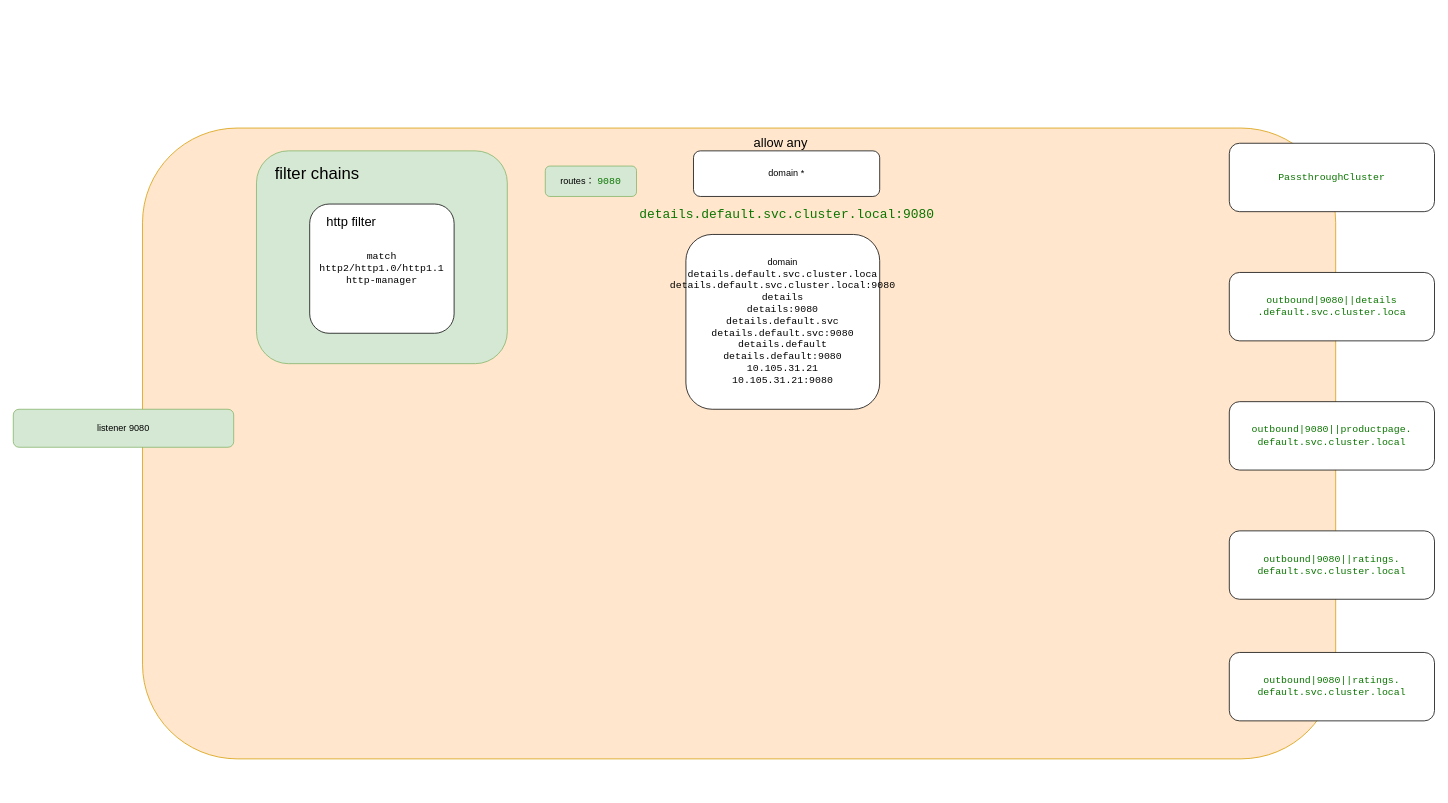
This is p.drawio from yueyangtian/draw, a draw.io file, before an edit. Source tidied: cells renumbered, new cells numbered last; positions are measured from the earlier drawing's top-left corner, leaving out a move shared by most shapes. Both pictures are drawn from the tidied source at 76%, with x=0, y=0 at pixel (13, 128).
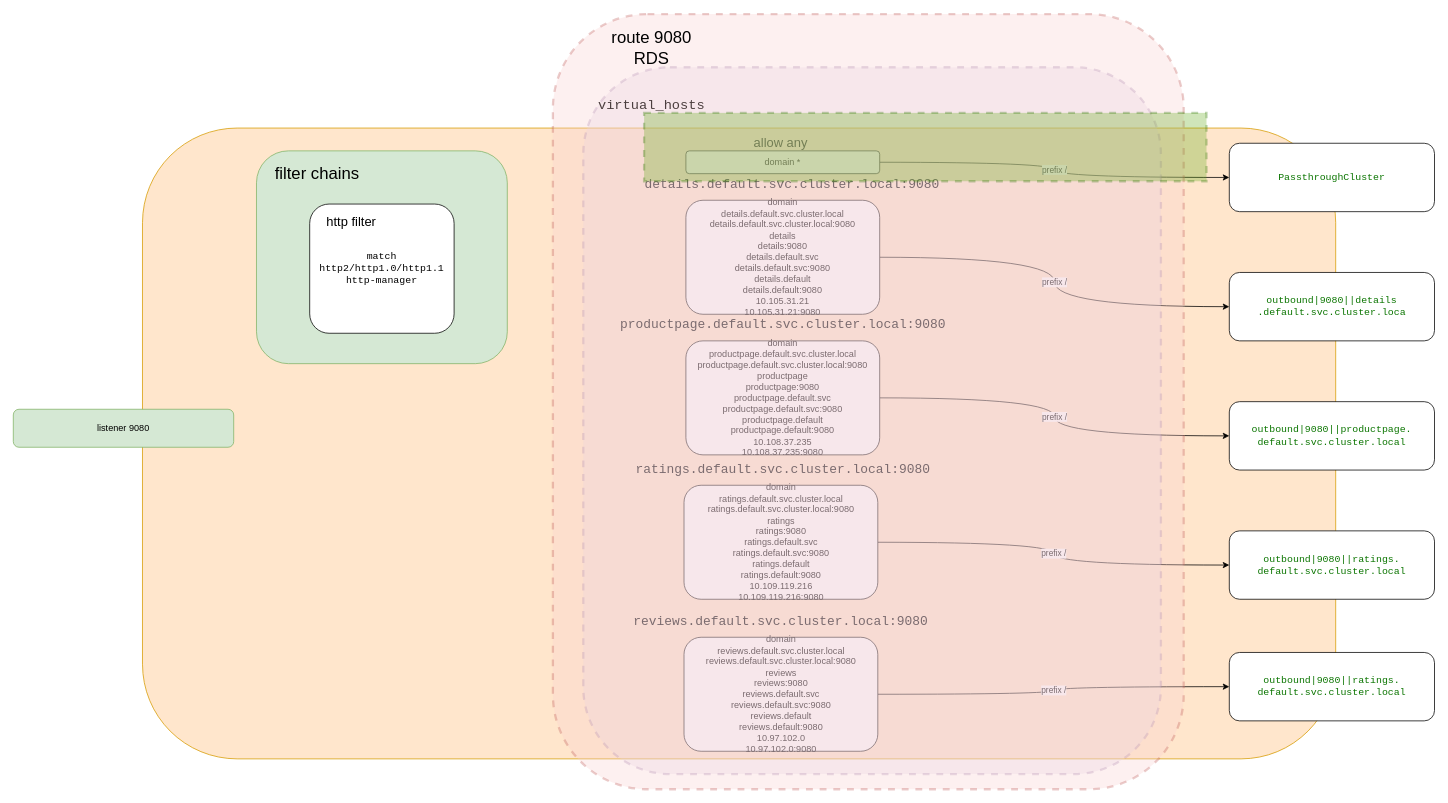
Above is the later version.

The change refers to these unchanged cells:
```xml
<mxCell id="11" value="&lt;span style=&quot;color: rgb(11 , 117 , 0) ; font-family: monospace ; font-size: 13px&quot;&gt;PassthroughCluster&lt;/span&gt;" style="rounded=1;whiteSpace=wrap;html=1;" parent="1" vertex="1">
  <mxGeometry x="1600" y="20" width="270" height="90" as="geometry" />
</mxCell>
<mxCell id="12" value="&lt;span style=&quot;color: rgb(11 , 117 , 0) ; font-family: monospace ; font-size: 13px&quot;&gt;outbound|9080||details&lt;br&gt;.default.svc.cluster.loca&lt;/span&gt;" style="rounded=1;whiteSpace=wrap;html=1;" parent="1" vertex="1">
  <mxGeometry x="1600" y="190" width="270" height="90" as="geometry" />
</mxCell>
<mxCell id="13" value="&lt;span style=&quot;color: rgb(11 , 117 , 0) ; font-family: monospace ; font-size: 13px&quot;&gt;outbound|9080||productpage.&lt;br&gt;default.svc.cluster.local&lt;/span&gt;" style="rounded=1;whiteSpace=wrap;html=1;" parent="1" vertex="1">
  <mxGeometry x="1600" y="360" width="270" height="90" as="geometry" />
</mxCell>
<mxCell id="14" value="&lt;span style=&quot;color: rgb(11 , 117 , 0) ; font-family: monospace ; font-size: 13px&quot;&gt;outbound|9080||ratings.&lt;br&gt;default.svc.cluster.local&lt;/span&gt;" style="rounded=1;whiteSpace=wrap;html=1;" parent="1" vertex="1">
  <mxGeometry x="1600" y="530" width="270" height="90" as="geometry" />
</mxCell>
<mxCell id="15" value="&lt;span style=&quot;color: rgb(11 , 117 , 0) ; font-family: monospace ; font-size: 13px&quot;&gt;outbound|9080||ratings.&lt;br&gt;default.svc.cluster.local&lt;/span&gt;" style="rounded=1;whiteSpace=wrap;html=1;" parent="1" vertex="1">
  <mxGeometry x="1600" y="690" width="270" height="90" as="geometry" />
</mxCell>
```

What changed in the source:
```diff
@@
-    <mxCell id="4" value="routes：&amp;nbsp;&lt;span style=&quot;color: rgb(11 , 117 , 0) ; font-family: monospace ; font-size: 13px&quot;&gt;9080&lt;/span&gt;" style="rounded=1;whiteSpace=wrap;html=1;fillColor=#d5e8d4;strokeColor=#82b366;" parent="1" vertex="1">
-      <mxGeometry x="700" y="50" width="120" height="40" as="geometry" />
-    </mxCell>
@@
+    <mxCell id="19" value="prefix /" style="edgeStyle=orthogonalEdgeStyle;curved=1;jettySize=auto;html=1;exitX=1;exitY=0.5;exitDx=0;exitDy=0;entryX=0;entryY=0.5;entryDx=0;entryDy=0;" parent="1" edge="1" source="10" target="11">
+      <mxGeometry relative="1" as="geometry">
+        <Array as="points">
+          <mxPoint x="1370" y="45" />
+          <mxPoint x="1370" y="65" />
+        </Array>
+      </mxGeometry>
+    </mxCell>
     <mxCell id="10" value="domain *" style="rounded=1;whiteSpace=wrap;html=1;" parent="1" vertex="1">
-      <mxGeometry x="895" y="30" width="245" height="60" as="geometry" />
+      <mxGeometry x="885" y="30" width="255" height="30" as="geometry" />
     </mxCell>
@@
-    <mxCell id="17" value="&lt;span style=&quot;color: rgb(11 , 117 , 0) ; font-family: monospace&quot;&gt;&lt;font style=&quot;font-size: 17px&quot;&gt;details.default.svc.cluster.local:9080&lt;/font&gt;&lt;/span&gt;" style="text;html=1;strokeColor=none;fillColor=none;align=center;verticalAlign=middle;whiteSpace=wrap;rounded=0;" parent="1" vertex="1">
-      <mxGeometry x="932.5" y="110" width="170" height="10" as="geometry" />
+    <mxCell id="17" value="&lt;span style=&quot;font-family: monospace&quot;&gt;&lt;font style=&quot;font-size: 17px&quot;&gt;details.default.svc.cluster.local:9080&lt;/font&gt;&lt;/span&gt;" style="text;html=1;strokeColor=none;fillColor=none;align=center;verticalAlign=middle;whiteSpace=wrap;rounded=0;" parent="1" vertex="1">
+      <mxGeometry x="940" y="70" width="170" height="10" as="geometry" />
     </mxCell>
+    <mxCell id="20" value="prefix /" style="edgeStyle=orthogonalEdgeStyle;curved=1;jettySize=auto;html=1;entryX=0;entryY=0.5;entryDx=0;entryDy=0;" parent="1" edge="1" source="18" target="12">
+      <mxGeometry relative="1" as="geometry" />
+    </mxCell>
-    <mxCell id="18" value="domain&lt;br&gt;&lt;span class=&quot;kvov arrElem&quot; style=&quot;display: block ; padding-left: 20px ; margin-left: -20px ; position: relative ; font-family: monospace ; font-size: 13px&quot;&gt;&lt;span class=&quot;s&quot; style=&quot;overflow-wrap: break-word&quot;&gt;&lt;span&gt;details.default.svc.cluster.loca&lt;/span&gt;&lt;/span&gt;&lt;/span&gt;&lt;span class=&quot;kvov arrElem&quot; style=&quot;display: block ; padding-left: 20px ; margin-left: -20px ; position: relative ; font-family: monospace ; font-size: 13px&quot;&gt;&lt;span&gt;details.default.svc.cluster.local:9080&lt;/span&gt;&lt;/span&gt;&lt;span class=&quot;kvov arrElem&quot; style=&quot;display: block ; padding-left: 20px ; margin-left: -20px ; position: relative ; font-family: monospace ; font-size: 13px&quot;&gt;&lt;span&gt;details&lt;/span&gt;&lt;/span&gt;&lt;span class=&quot;kvov arrElem&quot; style=&quot;display: block ; padding-left: 20px ; margin-left: -20px ; position: relative ; font-family: monospace ; font-size: 13px&quot;&gt;&lt;span&gt;details:9080&lt;/span&gt;&lt;/span&gt;&lt;span class=&quot;kvov arrElem&quot; style=&quot;display: block ; padding-left: 20px ; margin-left: -20px ; position: relative ; font-family: monospace ; font-size: 13px&quot;&gt;&lt;span&gt;details.default.svc&lt;/span&gt;&lt;/span&gt;&lt;span class=&quot;kvov arrElem&quot; style=&quot;display: block ; padding-left: 20px ; margin-left: -20px ; position: relative ; font-family: monospace ; font-size: 13px&quot;&gt;&lt;span&gt;details.default.svc:9080&lt;/span&gt;&lt;/span&gt;&lt;span class=&quot;kvov arrElem&quot; style=&quot;display: block ; padding-left: 20px ; margin-left: -20px ; position: relative ; font-family: monospace ; font-size: 13px&quot;&gt;&lt;span&gt;details.default&lt;/span&gt;&lt;/span&gt;&lt;span class=&quot;kvov arrElem&quot; style=&quot;display: block ; padding-left: 20px ; margin-left: -20px ; position: relative ; font-family: monospace ; font-size: 13px&quot;&gt;&lt;span&gt;details.default:9080&lt;/span&gt;&lt;/span&gt;&lt;span class=&quot;kvov arrElem&quot; style=&quot;display: block ; padding-left: 20px ; margin-left: -20px ; position: relative ; font-family: monospace ; font-size: 13px&quot;&gt;&lt;span&gt;10.105.31.21&lt;/span&gt;&lt;/span&gt;&lt;span class=&quot;kvov arrElem&quot; style=&quot;display: block ; padding-left: 20px ; margin-left: -20px ; position: relative ; font-family: monospace ; font-size: 13px&quot;&gt;&lt;span&gt;10.105.31.21:9080&lt;/span&gt;&lt;/span&gt;" style="rounded=1;whiteSpace=wrap;html=1;align=center;" parent="1" vertex="1">
-      <mxGeometry x="885" y="140" width="255" height="230" as="geometry" />
+    <mxCell id="18" value="&lt;span&gt;domain&lt;/span&gt;&lt;br&gt;&lt;span&gt;details.default.svc.cluster.local&lt;/span&gt;&lt;br&gt;&lt;span&gt;details.default.svc.cluster.local:9080&lt;/span&gt;&lt;br&gt;&lt;span&gt;details&lt;/span&gt;&lt;br&gt;&lt;span&gt;details:9080&lt;/span&gt;&lt;br&gt;&lt;span&gt;details.default.svc&lt;/span&gt;&lt;br&gt;&lt;span&gt;details.default.svc:9080&lt;/span&gt;&lt;br&gt;&lt;span&gt;details.default&lt;/span&gt;&lt;br&gt;&lt;span&gt;details.default:9080&lt;/span&gt;&lt;br&gt;&lt;span&gt;10.105.31.21&lt;/span&gt;&lt;br&gt;&lt;span&gt;10.105.31.21:9080&lt;/span&gt;" style="rounded=1;whiteSpace=wrap;html=1;align=center;" parent="1" vertex="1">
+      <mxGeometry x="885" y="95" width="255" height="150" as="geometry" />
     </mxCell>
+    <mxCell id="21" value="prefix /" style="edgeStyle=orthogonalEdgeStyle;curved=1;jettySize=auto;html=1;" parent="1" edge="1" source="22" target="13">
+      <mxGeometry relative="1" as="geometry" />
+    </mxCell>
+    <mxCell id="22" value="&lt;span&gt;domain&lt;/span&gt;&lt;br&gt;&lt;span&gt;productpage.default.svc.cluster.local&lt;/span&gt;&lt;br&gt;&lt;span&gt;productpage.default.svc.cluster.local:9080&lt;/span&gt;&lt;br&gt;&lt;span&gt;productpage&lt;/span&gt;&lt;br&gt;&lt;span&gt;productpage:9080&lt;/span&gt;&lt;br&gt;&lt;span&gt;productpage.default.svc&lt;/span&gt;&lt;br&gt;&lt;span&gt;productpage.default.svc:9080&lt;/span&gt;&lt;br&gt;&lt;span&gt;productpage.default&lt;/span&gt;&lt;br&gt;&lt;span&gt;productpage.default:9080&lt;/span&gt;&lt;br&gt;&lt;span&gt;10.108.37.235&lt;/span&gt;&lt;br&gt;&lt;span&gt;10.108.37.235:9080&lt;/span&gt;" style="rounded=1;whiteSpace=wrap;html=1;align=center;" parent="1" vertex="1">
+      <mxGeometry x="885" y="280" width="255" height="150" as="geometry" />
+    </mxCell>
+    <mxCell id="23" value="&lt;span style=&quot;font-family: monospace&quot;&gt;&lt;font style=&quot;font-size: 17px&quot;&gt;productpage.default.svc.cluster.local:9080&lt;/font&gt;&lt;/span&gt;" style="text;html=1;strokeColor=none;fillColor=none;align=center;verticalAlign=middle;whiteSpace=wrap;rounded=0;" parent="1" vertex="1">
+      <mxGeometry x="877.5" y="250" width="270" height="20" as="geometry" />
+    </mxCell>
+    <mxCell id="24" value="prefix /" style="edgeStyle=orthogonalEdgeStyle;curved=1;jettySize=auto;html=1;" parent="1" edge="1" source="25" target="14">
+      <mxGeometry relative="1" as="geometry" />
+    </mxCell>
+    <mxCell id="25" value="&lt;span&gt;domain&lt;/span&gt;&lt;br&gt;&lt;span&gt;ratings.default.svc.cluster.local&lt;/span&gt;&lt;br&gt;&lt;span&gt;ratings.default.svc.cluster.local:9080&lt;/span&gt;&lt;br&gt;&lt;span&gt;ratings&lt;/span&gt;&lt;br&gt;&lt;span&gt;ratings:9080&lt;/span&gt;&lt;br&gt;&lt;span&gt;ratings.default.svc&lt;/span&gt;&lt;br&gt;&lt;span&gt;ratings.default.svc:9080&lt;/span&gt;&lt;br&gt;&lt;span&gt;ratings.default&lt;/span&gt;&lt;br&gt;&lt;span&gt;ratings.default:9080&lt;/span&gt;&lt;br&gt;&lt;span&gt;10.109.119.216&lt;/span&gt;&lt;br&gt;&lt;span&gt;10.109.119.216:9080&lt;/span&gt;" style="rounded=1;whiteSpace=wrap;html=1;align=center;" parent="1" vertex="1">
+      <mxGeometry x="882.5" y="470" width="255" height="150" as="geometry" />
+    </mxCell>
+    <mxCell id="26" value="&lt;span style=&quot;font-family: monospace&quot;&gt;&lt;font style=&quot;font-size: 17px&quot;&gt;ratings.default.svc.cluster.local:9080&lt;/font&gt;&lt;/span&gt;" style="text;html=1;strokeColor=none;fillColor=none;align=center;verticalAlign=middle;whiteSpace=wrap;rounded=0;" parent="1" vertex="1">
+      <mxGeometry x="877.5" y="440" width="270" height="20" as="geometry" />
+    </mxCell>
+    <mxCell id="27" value="prefix /" style="edgeStyle=orthogonalEdgeStyle;curved=1;jettySize=auto;html=1;" parent="1" edge="1" source="28" target="15">
+      <mxGeometry relative="1" as="geometry" />
+    </mxCell>
+    <mxCell id="28" value="&lt;span&gt;domain&lt;/span&gt;&lt;br&gt;&lt;span&gt;reviews.default.svc.cluster.local&lt;/span&gt;&lt;br&gt;&lt;span&gt;reviews.default.svc.cluster.local:9080&lt;/span&gt;&lt;br&gt;&lt;span&gt;reviews&lt;/span&gt;&lt;br&gt;&lt;span&gt;reviews:9080&lt;/span&gt;&lt;br&gt;&lt;span&gt;reviews.default.svc&lt;/span&gt;&lt;br&gt;&lt;span&gt;reviews.default.svc:9080&lt;/span&gt;&lt;br&gt;&lt;span&gt;reviews.default&lt;/span&gt;&lt;br&gt;&lt;span&gt;reviews.default:9080&lt;/span&gt;&lt;br&gt;&lt;span&gt;10.97.102.0&lt;/span&gt;&lt;br&gt;&lt;span&gt;10.97.102.0:9080&lt;/span&gt;" style="rounded=1;whiteSpace=wrap;html=1;align=center;" parent="1" vertex="1">
+      <mxGeometry x="882.5" y="670" width="255" height="150" as="geometry" />
+    </mxCell>
+    <mxCell id="29" value="&lt;span style=&quot;font-family: monospace&quot;&gt;&lt;font style=&quot;font-size: 17px&quot;&gt;reviews.default.svc.cluster.local:9080&lt;/font&gt;&lt;/span&gt;" style="text;html=1;strokeColor=none;fillColor=none;align=center;verticalAlign=middle;whiteSpace=wrap;rounded=0;" parent="1" vertex="1">
+      <mxGeometry x="875" y="640" width="270" height="20" as="geometry" />
+    </mxCell>
+    <mxCell id="30" style="rounded=1;whiteSpace=wrap;html=1;opacity=30;fillColor=#e1d5e7;strokeColor=#9673a6;dashed=1;strokeWidth=3;" parent="1" vertex="1">
+      <mxGeometry x="750" y="-80" width="760" height="930" as="geometry" />
+    </mxCell>
+    <mxCell id="31" value="&lt;span style=&quot;font-family: monospace&quot;&gt;&lt;font style=&quot;font-size: 18px&quot;&gt;virtual_hosts&lt;/font&gt;&lt;/span&gt;" style="text;html=1;strokeColor=none;fillColor=none;align=center;verticalAlign=middle;whiteSpace=wrap;rounded=0;dashed=1;opacity=30;" parent="1" vertex="1">
+      <mxGeometry x="820" y="-40" width="40" height="20" as="geometry" />
+    </mxCell>
+    <mxCell id="32" style="rounded=1;whiteSpace=wrap;html=1;dashed=1;strokeWidth=3;opacity=30;strokeColor=#b85450;fillColor=#f8cecc;" parent="1" vertex="1">
+      <mxGeometry x="710" y="-150" width="830" height="1020" as="geometry" />
+    </mxCell>
+    <mxCell id="33" value="&lt;font style=&quot;font-size: 22px&quot;&gt;route 9080 RDS&lt;/font&gt;" style="text;html=1;strokeColor=none;fillColor=none;align=center;verticalAlign=middle;whiteSpace=wrap;rounded=0;dashed=1;opacity=30;" parent="1" vertex="1">
+      <mxGeometry x="780" y="-120" width="120" height="30" as="geometry" />
+    </mxCell>
+    <mxCell id="34" style="rounded=0;whiteSpace=wrap;html=1;dashed=1;strokeWidth=3;fillColor=#60a917;opacity=30;strokeColor=#2D7600;fontColor=#ffffff;" parent="1" vertex="1">
+      <mxGeometry x="830" y="-20" width="740" height="90" as="geometry" />
+    </mxCell>
```
